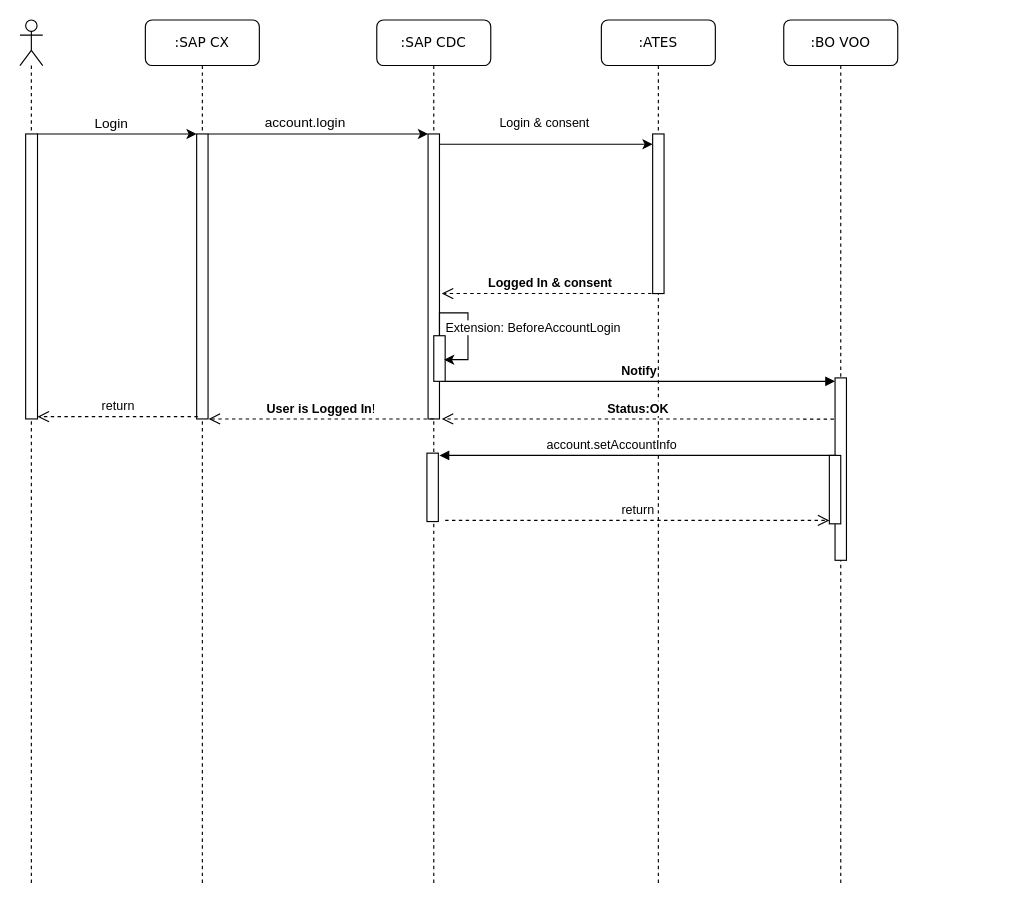
Above: page "OPIDC-GetIndivInfo" (2 of 2) of SeqDiagram-CX-VOO-CDC.drawio in MudBloodArchitekt/draw.io (draw.io), before the change. Source tidied: cells renumbered, new cells numbered last; positions are measured from the earlier drawing's top-left corner, leaving out a move shared by most shapes. Both pictures are drawn from the tidied source at 114%, with x=0, y=0 at pixel (19, 19).
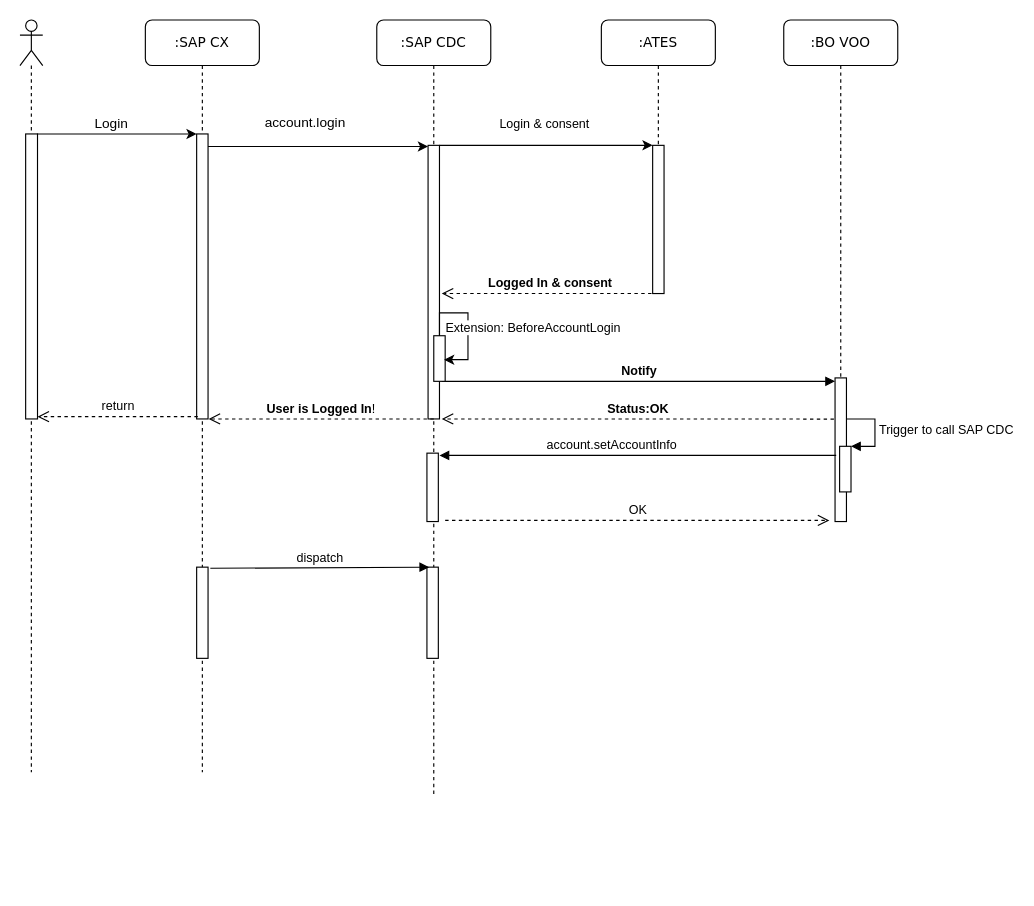
Above is the later version.

Commit message:
OPIDC ATES

Diff of the diagram source:
```diff
@@
     <mxCell id="2" value=":SAP CX" style="shape=umlLifeline;perimeter=lifelinePerimeter;whiteSpace=wrap;html=1;rounded=1;shadow=0;comic=0;labelBackgroundColor=none;strokeWidth=1;fontFamily=Verdana;fontSize=12;align=center;" parent="1" vertex="1">
-      <mxGeometry x="110" width="100" height="760" as="geometry" />
+      <mxGeometry x="110" width="100" height="660" as="geometry" />
     </mxCell>
@@
+    <mxCell id="28" style="html=1;perimeter=orthogonalPerimeter;" parent="2" vertex="1">
+      <mxGeometry x="45" y="480" width="10" height="80" as="geometry" />
+    </mxCell>
     <mxCell id="4" value=":SAP CDC" style="shape=umlLifeline;perimeter=lifelinePerimeter;whiteSpace=wrap;html=1;rounded=1;shadow=0;comic=0;labelBackgroundColor=none;strokeWidth=1;fontFamily=Verdana;fontSize=12;align=center;" parent="1" vertex="1">
-      <mxGeometry x="313" width="100" height="760" as="geometry" />
+      <mxGeometry x="313" width="100" height="680" as="geometry" />
     </mxCell>
     <mxCell id="5" style="html=1;perimeter=orthogonalPerimeter;" parent="4" vertex="1">
-      <mxGeometry x="45" y="100" width="10" height="250" as="geometry" />
+      <mxGeometry x="45" y="110" width="10" height="240" as="geometry" />
     </mxCell>
+    <mxCell id="29" style="html=1;perimeter=orthogonalPerimeter;" parent="4" vertex="1">
+      <mxGeometry x="44" y="480" width="10" height="80" as="geometry" />
+    </mxCell>
     <mxCell id="6" style="shape=umlLifeline;participant=umlActor;perimeter=lifelinePerimeter;whiteSpace=wrap;html=1;verticalAlign=top;spacingTop=36;" parent="1" vertex="1">
-      <mxGeometry width="20" height="760" as="geometry" />
+      <mxGeometry width="20" height="660" as="geometry" />
     </mxCell>
@@
     <mxCell id="8" value=":ATES" style="shape=umlLifeline;perimeter=lifelinePerimeter;whiteSpace=wrap;html=1;rounded=1;shadow=0;comic=0;labelBackgroundColor=none;strokeWidth=1;fontFamily=Verdana;fontSize=12;align=center;" parent="1" vertex="1">
-      <mxGeometry x="510" width="100" height="760" as="geometry" />
+      <mxGeometry x="510" width="100" height="240" as="geometry" />
     </mxCell>
     <mxCell id="9" style="html=1;perimeter=orthogonalPerimeter;" parent="8" vertex="1">
-      <mxGeometry x="45" y="100" width="10" height="140" as="geometry" />
+      <mxGeometry x="45" y="110" width="10" height="130" as="geometry" />
     </mxCell>
     <mxCell id="10" value=":BO VOO" style="shape=umlLifeline;perimeter=lifelinePerimeter;whiteSpace=wrap;html=1;rounded=1;shadow=0;comic=0;labelBackgroundColor=none;strokeWidth=1;fontFamily=Verdana;fontSize=12;align=center;" parent="1" vertex="1">
-      <mxGeometry x="670" width="100" height="760" as="geometry" />
+      <mxGeometry x="670" width="100" height="440" as="geometry" />
     </mxCell>
     <mxCell id="11" style="html=1;perimeter=orthogonalPerimeter;" parent="10" vertex="1">
-      <mxGeometry x="45" y="314" width="10" height="160" as="geometry" />
+      <mxGeometry x="45" y="314" width="10" height="126" as="geometry" />
     </mxCell>
@@
+    <mxCell id="30" style="html=1;points=[];perimeter=orthogonalPerimeter;" parent="10" vertex="1">
+      <mxGeometry x="49" y="374" width="10" height="40" as="geometry" />
+    </mxCell>
@@
     <mxCell id="14" style="edgeStyle=orthogonalEdgeStyle;rounded=0;orthogonalLoop=1;jettySize=auto;html=1;entryX=0;entryY=0.5;entryDx=0;entryDy=0;entryPerimeter=0;" parent="1" edge="1">
       <mxGeometry relative="1" as="geometry">
-        <mxPoint x="165" y="100" as="sourcePoint" />
-        <mxPoint x="358" y="100" as="targetPoint" />
+        <mxPoint x="165" y="111" as="sourcePoint" />
+        <mxPoint x="358" y="111" as="targetPoint" />
       </mxGeometry>
     </mxCell>
     <mxCell id="15" value="Login &amp;amp; consent" style="edgeStyle=orthogonalEdgeStyle;rounded=0;orthogonalLoop=1;jettySize=auto;html=1;" parent="1" edge="1">
       <mxGeometry x="-0.02" y="19" relative="1" as="geometry">
-        <mxPoint x="368" y="109" as="sourcePoint" />
-        <mxPoint x="555" y="109" as="targetPoint" />
+        <mxPoint x="368" y="110" as="sourcePoint" />
+        <mxPoint x="555" y="110" as="targetPoint" />
         <Array as="points">
-          <mxPoint x="450" y="109" />
-          <mxPoint x="450" y="109" />
+          <mxPoint x="450" y="110" />
+          <mxPoint x="450" y="110" />
         </Array>
       </mxGeometry>
     </mxCell>
@@
-    <mxCell id="21" value="return" style="html=1;verticalAlign=bottom;endArrow=open;dashed=1;endSize=8;exitX=1;exitY=0.95;" parent="1" edge="1">
+    <mxCell id="21" value="OK" style="html=1;verticalAlign=bottom;endArrow=open;dashed=1;endSize=8;exitX=1;exitY=0.95;" parent="1" edge="1">
       <mxGeometry relative="1" as="geometry">
         <mxPoint x="373" y="439" as="sourcePoint" />
         <mxPoint x="710" y="439" as="targetPoint" />
       </mxGeometry>
     </mxCell>
-    <mxCell id="22" style="html=1;perimeter=orthogonalPerimeter;" parent="1" vertex="1">
-      <mxGeometry x="710" y="382" width="10" height="60" as="geometry" />
-    </mxCell>
@@
+    <mxCell id="31" value="Trigger to call SAP CDC" style="edgeStyle=orthogonalEdgeStyle;html=1;align=left;spacingLeft=2;endArrow=block;rounded=0;entryX=1;entryY=0;" parent="1" edge="1" target="30">
+      <mxGeometry relative="1" as="geometry">
+        <mxPoint x="725" y="350" as="sourcePoint" />
+        <Array as="points">
+          <mxPoint x="750" y="350" />
+        </Array>
+      </mxGeometry>
+    </mxCell>
+    <mxCell id="32" value="dispatch" style="html=1;verticalAlign=bottom;endArrow=block;exitX=1.3;exitY=0.488;exitDx=0;exitDy=0;exitPerimeter=0;" parent="1" edge="1">
+      <mxGeometry relative="1" as="geometry">
+        <mxPoint x="167" y="481" as="sourcePoint" />
+        <mxPoint x="359" y="480" as="targetPoint" />
+      </mxGeometry>
+    </mxCell>
```
